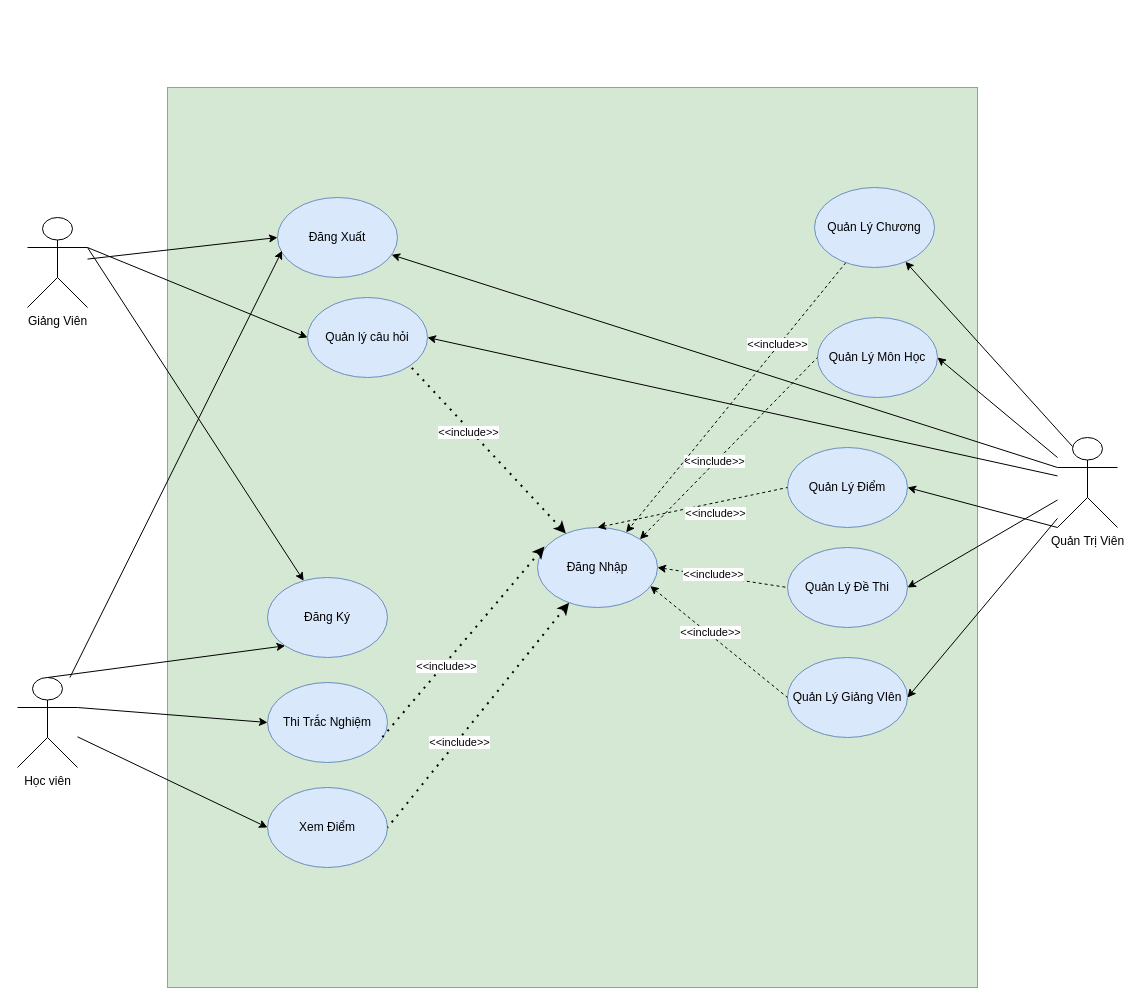
This is Untitled.drawio from KhaiZeR0/LuyenThiTracNghiem-HDT1, a draw.io file, before an edit. Source tidied: cells renumbered, new cells numbered last; positions are measured from the earlier drawing's top-left corner, leaving out a move shared by most shapes. Both pictures are drawn from the tidied source at 100%, with x=0, y=0 at pixel (17, 87).
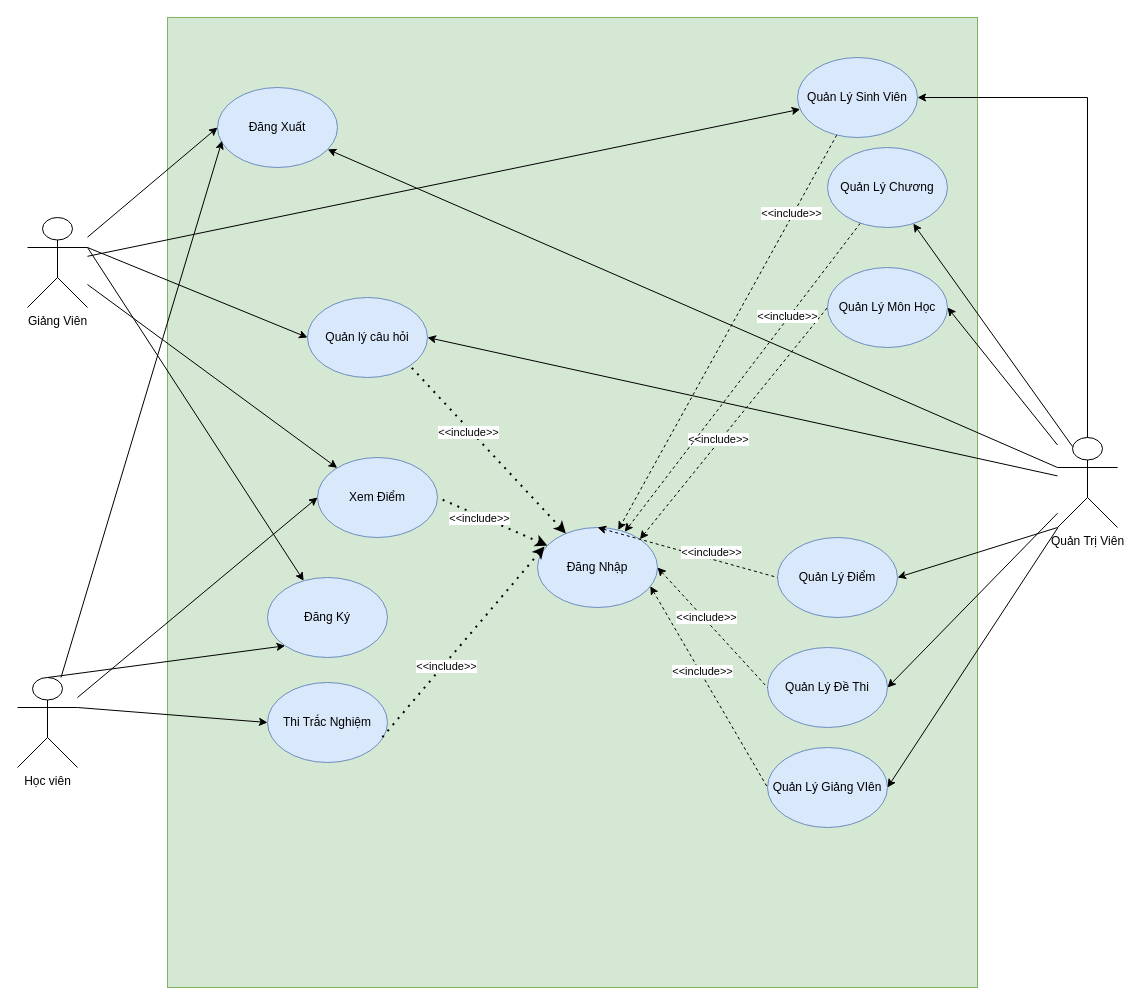
After the change.

The change refers to these unchanged cells:
```xml
<mxCell id="2" value="Quản Trị Viên" style="shape=umlActor;verticalLabelPosition=bottom;verticalAlign=top;html=1;outlineConnect=0;" parent="1" vertex="1">
  <mxGeometry x="1040" y="350" width="60" height="90" as="geometry" />
</mxCell>
<mxCell id="3" value="Giảng Viên" style="shape=umlActor;verticalLabelPosition=bottom;verticalAlign=top;html=1;outlineConnect=0;" parent="1" vertex="1">
  <mxGeometry x="10" y="130" width="60" height="90" as="geometry" />
</mxCell>
<mxCell id="11" value="Đăng Nhập" style="ellipse;whiteSpace=wrap;html=1;fillColor=#dae8fc;strokeColor=#6c8ebf;" parent="1" vertex="1">
  <mxGeometry x="520" y="440" width="120" height="80" as="geometry" />
</mxCell>
```

What changed in the source:
```diff
@@
     <mxCell id="5" style="rounded=0;whiteSpace=wrap;html=1;fillColor=#d5e8d4;strokeColor=#82b366;" parent="1" vertex="1">
-      <mxGeometry x="150" width="810" height="900" as="geometry" />
+      <mxGeometry x="150" y="-70" width="810" height="970" as="geometry" />
     </mxCell>
     <mxCell id="6" value="Đăng Xuất" style="ellipse;whiteSpace=wrap;html=1;fillColor=#dae8fc;strokeColor=#6c8ebf;" parent="1" vertex="1">
-      <mxGeometry x="260" y="110" width="120" height="80" as="geometry" />
+      <mxGeometry x="200" width="120" height="80" as="geometry" />
     </mxCell>
@@
     <mxCell id="17" value="Xem Điểm" style="ellipse;whiteSpace=wrap;html=1;fillColor=#dae8fc;strokeColor=#6c8ebf;" parent="1" vertex="1">
-      <mxGeometry x="250" y="700" width="120" height="80" as="geometry" />
+      <mxGeometry x="300" y="370" width="120" height="80" as="geometry" />
     </mxCell>
@@
     <mxCell id="24" value="Quản Lý Điểm" style="ellipse;whiteSpace=wrap;html=1;fillColor=#dae8fc;strokeColor=#6c8ebf;" parent="1" vertex="1">
-      <mxGeometry x="770" y="360" width="120" height="80" as="geometry" />
+      <mxGeometry x="760" y="450" width="120" height="80" as="geometry" />
     </mxCell>
@@
     <mxCell id="26" value="Quản Lý Môn Học" style="ellipse;whiteSpace=wrap;html=1;fillColor=#dae8fc;strokeColor=#6c8ebf;" parent="1" vertex="1">
-      <mxGeometry x="800" y="230" width="120" height="80" as="geometry" />
+      <mxGeometry x="810" y="180" width="120" height="80" as="geometry" />
     </mxCell>
@@
     <mxCell id="28" value="Quản Lý Đề Thi" style="ellipse;whiteSpace=wrap;html=1;fillColor=#dae8fc;strokeColor=#6c8ebf;" parent="1" vertex="1">
-      <mxGeometry x="770" y="460" width="120" height="80" as="geometry" />
+      <mxGeometry x="750" y="560" width="120" height="80" as="geometry" />
     </mxCell>
     <mxCell id="29" value="Quản Lý Giảng VIên" style="ellipse;whiteSpace=wrap;html=1;fillColor=#dae8fc;strokeColor=#6c8ebf;" parent="1" vertex="1">
-      <mxGeometry x="770" y="570" width="120" height="80" as="geometry" />
+      <mxGeometry x="750" y="660" width="120" height="80" as="geometry" />
     </mxCell>
@@
     <mxCell id="45" value="Quản Lý Chương" style="ellipse;whiteSpace=wrap;html=1;fillColor=#dae8fc;strokeColor=#6c8ebf;" parent="1" vertex="1">
-      <mxGeometry x="797" y="100" width="120" height="80" as="geometry" />
+      <mxGeometry x="810" y="60" width="120" height="80" as="geometry" />
     </mxCell>
@@
+    <mxCell id="47" style="rounded=0;jettySize=auto;html=1;" parent="1" edge="1" source="3" target="17">
+      <mxGeometry relative="1" as="geometry" />
+    </mxCell>
+    <mxCell id="48" style="edgeStyle=orthogonalEdgeStyle;rounded=0;jettySize=auto;html=1;endArrow=none;endFill=0;startArrow=classic;startFill=1;" parent="1" edge="1" source="52" target="2">
+      <mxGeometry relative="1" as="geometry" />
+    </mxCell>
+    <mxCell id="49" style="rounded=0;jettySize=auto;html=1;dashed=1;" parent="1" edge="1" source="52" target="11">
+      <mxGeometry relative="1" as="geometry" />
+    </mxCell>
+    <mxCell id="50" value="&amp;lt;&amp;lt;include&amp;gt;&amp;gt;" style="edgeLabel;html=1;align=center;verticalAlign=middle;" parent="49" vertex="1">
+      <mxGeometry x="-0.6" y="-2" relative="1" as="geometry" />
+    </mxCell>
+    <mxCell id="51" style="rounded=0;jettySize=auto;html=1;endArrow=none;endFill=0;startArrow=classic;startFill=1;" parent="1" edge="1" source="52" target="3">
+      <mxGeometry relative="1" as="geometry" />
+    </mxCell>
+    <mxCell id="52" value="Quản Lý Sinh Viên" style="ellipse;whiteSpace=wrap;html=1;fillColor=#dae8fc;strokeColor=#6c8ebf;" parent="1" vertex="1">
+      <mxGeometry x="780" y="-30" width="120" height="80" as="geometry" />
+    </mxCell>
```
